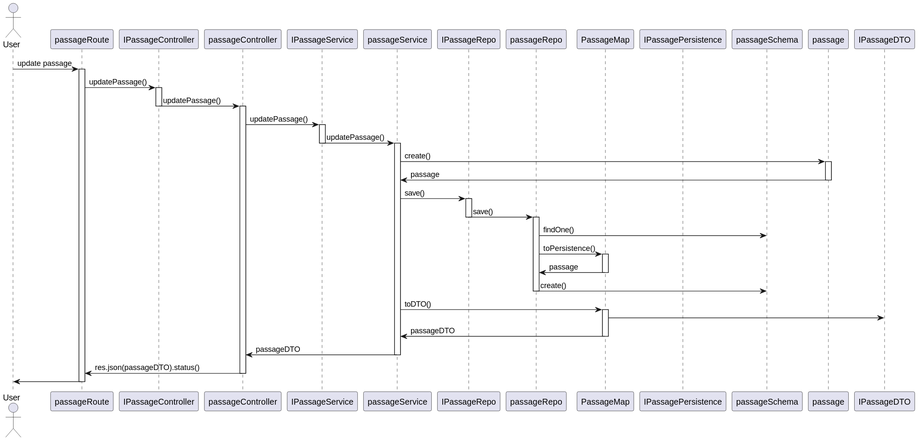
ManuelS2610/sem5pi2324 keeps this PlantUML diagram as docs/1201458/US250/UpdatePassagemSD.svg. Above is the earlier version. Its diagram source:
```plantuml
@startuml

actor User
participant passageRoute
participant IPassageController
participant passageController
participant IPassageService
participant passageService
participant IPassageRepo
participant passageRepo
participant PassageMap
participant IPassagePersistence
participant passageSchema
participant passage
participant IPassageDTO

User -> passageRoute: update passage
activate passageRoute
passageRoute -> IPassageController : updatePassage()
activate IPassageController
IPassageController -> passageController :  updatePassage()
deactivate IPassageController
activate passageController
passageController -> IPassageService : updatePassage()
activate IPassageService
IPassageService -> passageService : updatePassage()
deactivate IPassageService
activate passageService
passageService -> passage : create()
activate passage
passage -> passageService : passage
deactivate passage
passageService -> IPassageRepo: save()
activate IPassageRepo
IPassageRepo -> passageRepo : save()
deactivate IPassageRepo
activate passageRepo
passageRepo -> passageSchema : findOne()
passageRepo -> PassageMap : toPersistence()
activate PassageMap
PassageMap -> passageRepo : passage
deactivate PassageMap
passageRepo -> passageSchema: create()
deactivate passageRepo
passageService -> PassageMap : toDTO()
activate PassageMap
PassageMap -> IPassageDTO
PassageMap -> passageService : passageDTO
deactivate PassageMap
passageService -> passageController : passageDTO
deactivate passageService
passageController -> passageRoute : res.json(passageDTO).status()
deactivate passageController
passageRoute -> User
deactivate passageRoute
@enduml
```
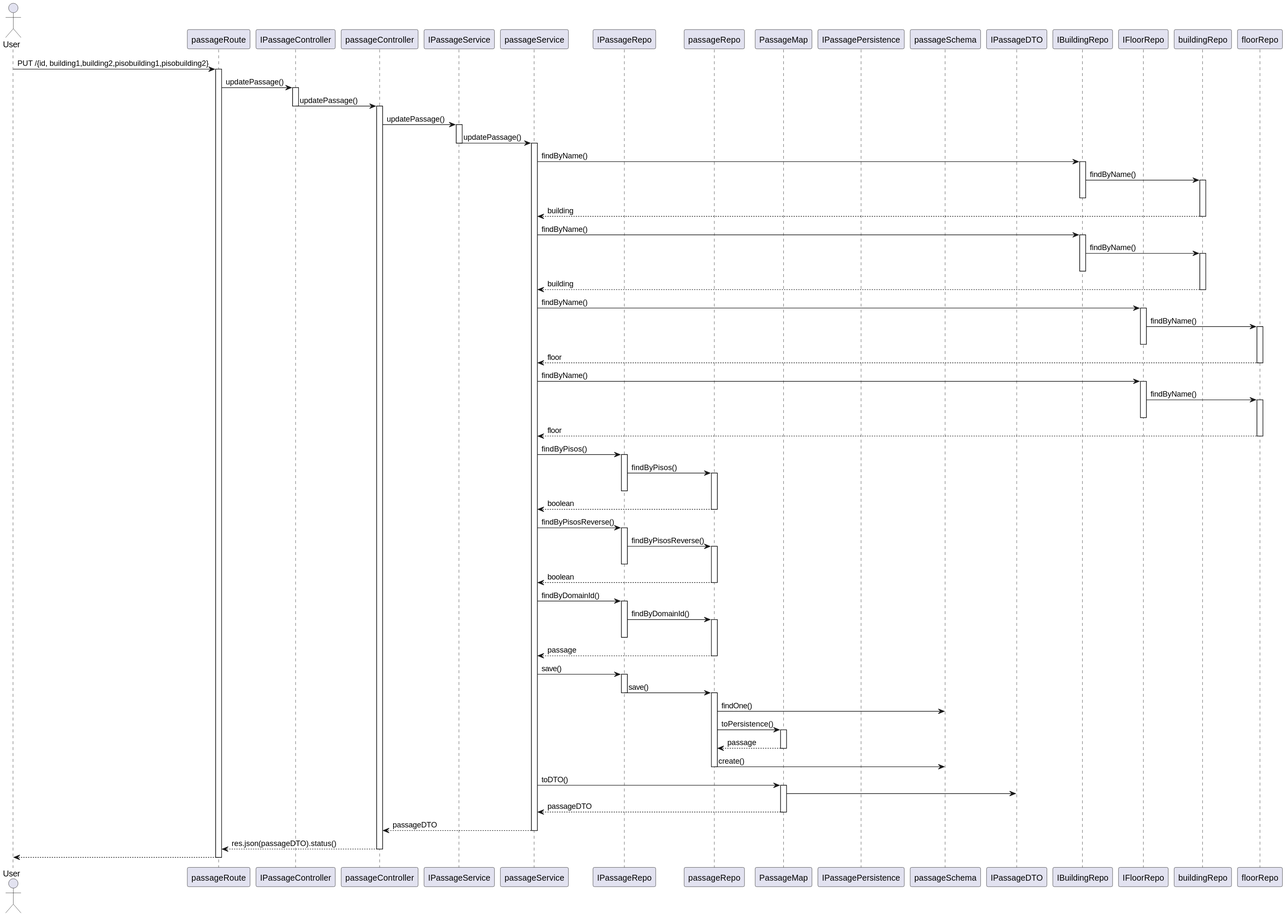
Above is the later version.

The edit, as a diff of the source:
```diff
@@ -11,10 +11,13 @@
 participant PassageMap
 participant IPassagePersistence
 participant passageSchema
-participant passage
 participant IPassageDTO
+participant IBuildingRepo
+participant IFloorRepo
+participant buildingRepo
+participant floorRepo
 
-User -> passageRoute: update passage
+User -> passageRoute: PUT /{id, building1,building2,pisobuilding1,pisobuilding2}
 activate passageRoute
 passageRoute -> IPassageController : updatePassage()
 activate IPassageController
@@ -26,10 +29,55 @@
 IPassageService -> passageService : updatePassage()
 deactivate IPassageService
 activate passageService
-passageService -> passage : create()
-activate passage
-passage -> passageService : passage
-deactivate passage
+passageService -> IBuildingRepo : findByName()
+activate IBuildingRepo
+IBuildingRepo -> buildingRepo : findByName()
+activate buildingRepo
+deactivate IBuildingRepo
+buildingRepo --> passageService : building
+deactivate buildingRepo
+passageService -> IBuildingRepo : findByName()
+activate IBuildingRepo
+IBuildingRepo -> buildingRepo : findByName()
+activate buildingRepo
+deactivate IBuildingRepo
+buildingRepo --> passageService : building
+deactivate buildingRepo
+passageService -> IFloorRepo : findByName()
+activate IFloorRepo
+IFloorRepo -> floorRepo: findByName()
+activate floorRepo
+deactivate IFloorRepo
+floorRepo --> passageService : floor
+deactivate floorRepo
+passageService -> IFloorRepo : findByName()
+activate IFloorRepo
+IFloorRepo -> floorRepo: findByName()
+activate floorRepo
+deactivate IFloorRepo
+floorRepo --> passageService : floor
+deactivate floorRepo
+passageService -> IPassageRepo : findByPisos()
+activate IPassageRepo
+IPassageRepo -> passageRepo : findByPisos()
+activate passageRepo
+deactivate IPassageRepo
+passageRepo --> passageService : boolean
+deactivate passageRepo
+passageService -> IPassageRepo : findByPisosReverse()
+activate IPassageRepo
+IPassageRepo -> passageRepo : findByPisosReverse()
+activate passageRepo
+deactivate IPassageRepo
+passageRepo --> passageService : boolean
+deactivate passageRepo
+passageService -> IPassageRepo : findByDomainId()
+activate IPassageRepo
+IPassageRepo -> passageRepo : findByDomainId()
+activate passageRepo
+deactivate IPassageRepo
+passageRepo --> passageService : passage
+deactivate passageRepo
 passageService -> IPassageRepo: save()
 activate IPassageRepo
 IPassageRepo -> passageRepo : save()
@@ -38,19 +86,19 @@
 passageRepo -> passageSchema : findOne()
 passageRepo -> PassageMap : toPersistence()
 activate PassageMap
-PassageMap -> passageRepo : passage
+PassageMap --> passageRepo : passage
 deactivate PassageMap
 passageRepo -> passageSchema: create()
 deactivate passageRepo
 passageService -> PassageMap : toDTO()
 activate PassageMap
 PassageMap -> IPassageDTO
-PassageMap -> passageService : passageDTO
+PassageMap --> passageService : passageDTO
 deactivate PassageMap
-passageService -> passageController : passageDTO
+passageService --> passageController : passageDTO
 deactivate passageService
-passageController -> passageRoute : res.json(passageDTO).status()
+passageController --> passageRoute : res.json(passageDTO).status()
 deactivate passageController
-passageRoute -> User
+passageRoute --> User
 deactivate passageRoute
 @enduml
```
